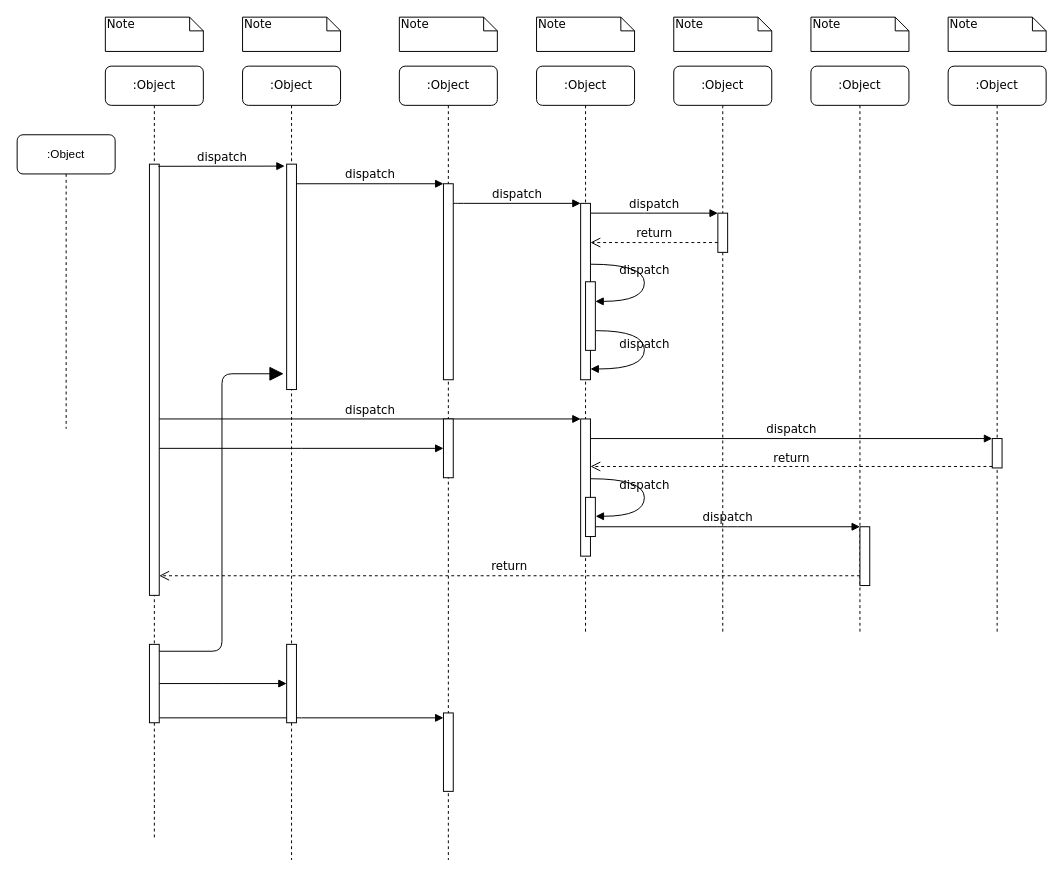
Earlier version of the draw.io diagram page "Page-1" (1 of 4) of mytest.drawio (WaterHYH/diagrams). Source tidied: cells renumbered, new cells numbered last; positions are measured from the earlier drawing's top-left corner, leaving out a move shared by most shapes. Both pictures are drawn from the tidied source at 98%, with x=0, y=0 at pixel (17, 17).
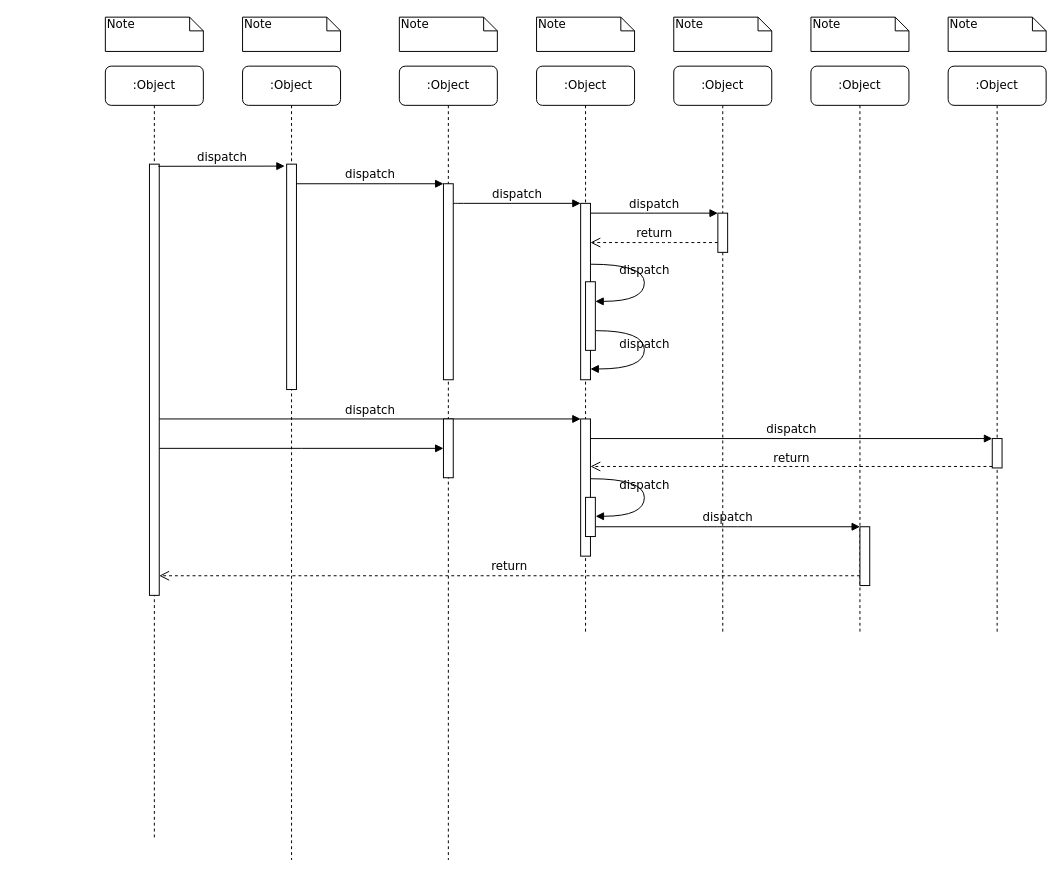
Above is the later version.

The change refers to these unchanged cells:
```xml
<mxCell id="3" style="html=1;points=[];perimeter=orthogonalPerimeter;rounded=0;shadow=0;comic=0;labelBackgroundColor=none;strokeWidth=1;fontFamily=Verdana;fontSize=12;align=center;" parent="2" vertex="1">
  <mxGeometry x="45" y="100" width="10" height="230" as="geometry" />
</mxCell>
```

What changed in the source:
```diff
@@
-    <mxCell id="39" value=":Object" style="shape=umlLifeline;perimeter=lifelinePerimeter;whiteSpace=wrap;html=1;rounded=1;" parent="1" vertex="1">
-      <mxGeometry y="120" width="100" height="300" as="geometry" />
-    </mxCell>
-    <mxCell id="40" style="edgeStyle=elbowEdgeStyle;rounded=0;jettySize=auto;html=1;endArrow=block;endFill=1;" parent="1" edge="1" source="42" target="44">
-      <mxGeometry relative="1" as="geometry" />
-    </mxCell>
-    <mxCell id="41" style="edgeStyle=elbowEdgeStyle;rounded=0;jettySize=auto;elbow=vertical;html=1;endArrow=block;endFill=1;" parent="1" edge="1" source="42" target="47">
-      <mxGeometry relative="1" as="geometry" />
-    </mxCell>
-    <mxCell id="42" style="html=1;points=[];perimeter=orthogonalPerimeter;" parent="1" vertex="1">
-      <mxGeometry x="135" y="640" width="10" height="80" as="geometry" />
-    </mxCell>
-    <mxCell id="43" style="endArrow=block;endFill=1;endSize=12;html=1;exitX=1;exitY=0.088;exitDx=0;exitDy=0;exitPerimeter=0;entryX=-0.3;entryY=0.93;entryDx=0;entryDy=0;entryPerimeter=0;edgeStyle=elbowEdgeStyle;" parent="1" edge="1" source="42" target="3">
-      <mxGeometry relative="1" as="geometry" />
-    </mxCell>
-    <mxCell id="44" style="html=1;points=[];perimeter=orthogonalPerimeter;" parent="1" vertex="1">
-      <mxGeometry x="275" y="640" width="10" height="80" as="geometry" />
-    </mxCell>
@@
-    <mxCell id="47" style="html=1;points=[];perimeter=orthogonalPerimeter;" parent="1" vertex="1">
-      <mxGeometry x="435" y="710" width="10" height="80" as="geometry" />
-    </mxCell>
```
